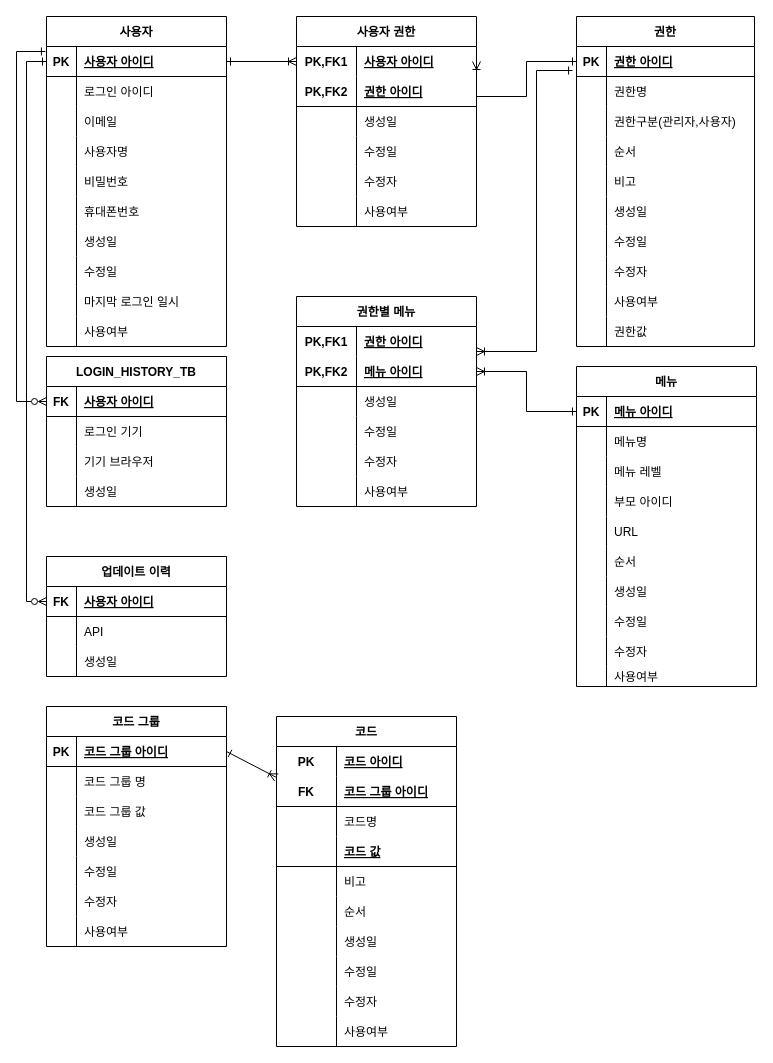
Earlier version of the draw.io diagram src/main/resources/erd/logical.drawio (reolinodev/back-boot-setting). Source tidied: cells renumbered, new cells numbered last; positions are measured from the earlier drawing's top-left corner, leaving out a move shared by most shapes. Both pictures are drawn from the tidied source at 100%, with x=0, y=0 at pixel (16, 16).
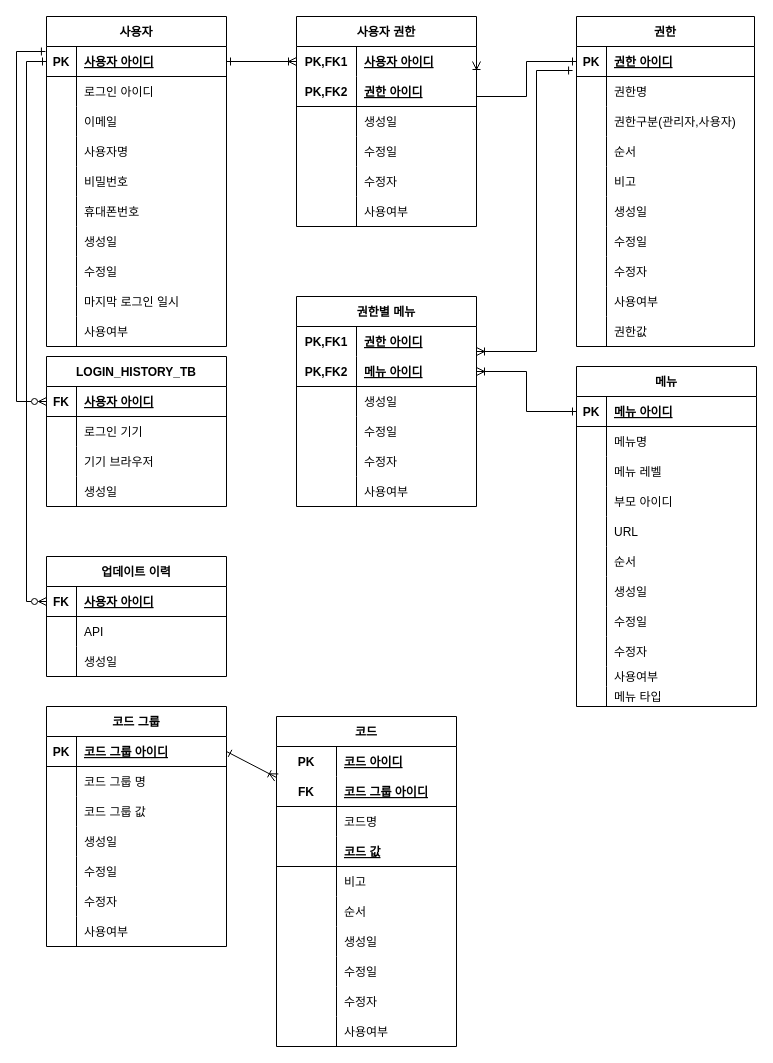
Above is the later version.

Change to the diagram source:
```diff
@@
     <mxCell id="106" value="메뉴" style="shape=table;startSize=30;childLayout=tableLayout;rowLines=0;fontStyle=1;align=center;" parent="1" vertex="1">
-      <mxGeometry x="560" y="350" width="180" height="320" as="geometry" />
+      <mxGeometry x="560" y="350" width="180" height="340" as="geometry" />
     </mxCell>
@@
+    <mxCell id="217" style="shape=tableRow;horizontal=0;startSize=0;swimlaneHead=0;swimlaneBody=0;fillColor=none;top=0;left=0;right=0;bottom=0;" parent="106" vertex="1">
+      <mxGeometry y="320" width="180" height="20" as="geometry" />
+    </mxCell>
+    <mxCell id="218" style="shape=partialRectangle;fillColor=none;top=0;left=0;bottom=0;right=0;overflow=hidden;" parent="217" vertex="1">
+      <mxGeometry width="30" height="20" as="geometry" />
+    </mxCell>
+    <mxCell id="219" value="메뉴 타입" style="shape=partialRectangle;fillColor=none;top=0;left=0;bottom=0;right=0;align=left;spacingLeft=6;overflow=hidden;" parent="217" vertex="1">
+      <mxGeometry x="30" width="150" height="20" as="geometry" />
+    </mxCell>
```
